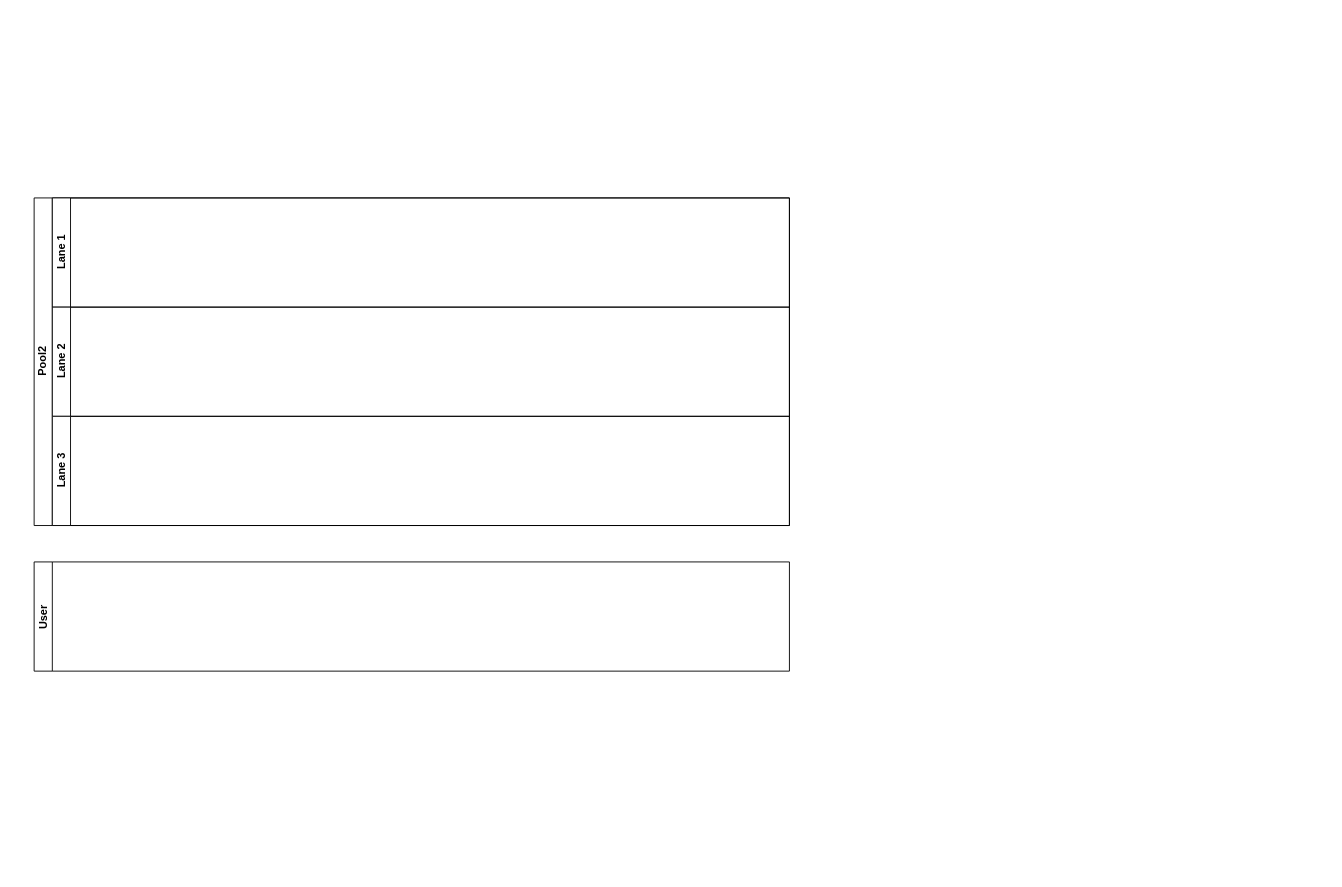
The draw.io diagram BPMN2-4.drawio in Hostdogs/Project_Hostdog, before the edit. Source tidied: cells renumbered, new cells numbered last; positions are measured from the earlier drawing's top-left corner, leaving out a move shared by most shapes. Both pictures are drawn from the tidied source at 91%, with x=0, y=0 at pixel (34, 197).
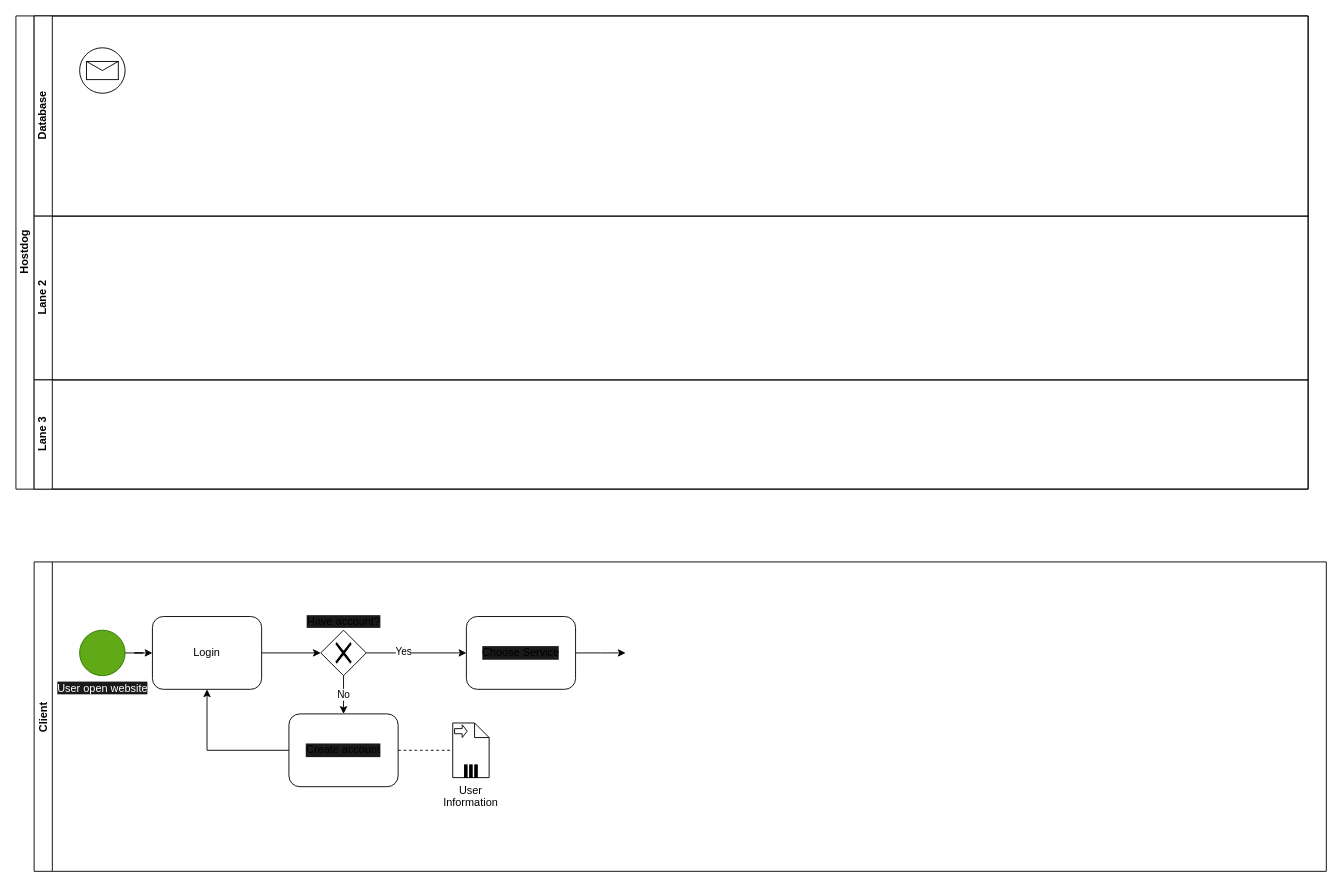
Above is the later version.

The edit, as a diff of the source:
```diff
@@
-    <mxCell id="2" value="Pool2" style="swimlane;html=1;horizontal=0;startSize=20;" parent="1" vertex="1">
-      <mxGeometry width="830" height="360" as="geometry" />
+    <mxCell id="2" value="Hostdog" style="swimlane;html=1;horizontal=0;startSize=20;" parent="1" vertex="1">
+      <mxGeometry x="-20" y="-200" width="1420" height="520" as="geometry" />
     </mxCell>
-    <mxCell id="3" value="Lane 1" style="swimlane;html=1;startSize=20;horizontal=0;" parent="2" vertex="1">
-      <mxGeometry x="20" width="810" height="120" as="geometry" />
+    <mxCell id="3" value="Database" style="swimlane;html=1;startSize=20;horizontal=0;" parent="2" vertex="1">
+      <mxGeometry x="20" width="1400" height="220" as="geometry" />
     </mxCell>
+    <mxCell id="7" style="shape=mxgraph.bpmn.shape;html=1;verticalLabelPosition=bottom;labelBackgroundColor=#ffffff;verticalAlign=top;align=center;perimeter=ellipsePerimeter;outline=standard;symbol=message;" parent="3" vertex="1">
+      <mxGeometry x="50" y="35" width="50" height="50" as="geometry" />
+    </mxCell>
     <mxCell id="4" value="Lane 2" style="swimlane;html=1;startSize=20;horizontal=0;" parent="2" vertex="1">
-      <mxGeometry x="20" y="120" width="810" height="120" as="geometry" />
+      <mxGeometry x="20" y="220" width="1400" height="180" as="geometry" />
     </mxCell>
     <mxCell id="5" value="Lane 3" style="swimlane;html=1;startSize=20;horizontal=0;" parent="2" vertex="1">
-      <mxGeometry x="20" y="240" width="810" height="120" as="geometry" />
+      <mxGeometry x="20" y="400" width="1400" height="120" as="geometry" />
     </mxCell>
-    <mxCell id="6" value="User" style="swimlane;startSize=20;horizontal=0;" parent="1" vertex="1">
-      <mxGeometry y="400" width="830" height="120" as="geometry" />
+    <mxCell id="6" value="Client" style="swimlane;startSize=20;horizontal=0;labelPosition=center;verticalLabelPosition=middle;align=center;verticalAlign=middle;" parent="1" vertex="1">
+      <mxGeometry y="400" width="1420" height="340" as="geometry" />
     </mxCell>
+    <mxCell id="8" style="edgeStyle=orthogonalEdgeStyle;rounded=0;jettySize=auto;html=1;entryX=0;entryY=0.5;entryDx=0;entryDy=0;" parent="6" edge="1" source="9" target="19">
+      <mxGeometry relative="1" as="geometry" />
+    </mxCell>
+    <mxCell id="9" value="User open website" style="shape=mxgraph.bpmn.shape;html=1;verticalLabelPosition=bottom;labelBackgroundColor=#1A1A1A;verticalAlign=top;align=center;perimeter=ellipsePerimeter;outlineConnect=0;outline=standard;symbol=general;fillColor=#60a917;strokeColor=#2D7600;fontColor=#ffffff;" parent="6" vertex="1">
+      <mxGeometry x="50" y="75" width="50" height="50" as="geometry" />
+    </mxCell>
+    <mxCell id="10" value="&lt;span style=&quot;background-color: rgb(26 , 26 , 26)&quot;&gt;Have account?&lt;/span&gt;" style="shape=mxgraph.bpmn.shape;html=1;verticalLabelPosition=top;labelBackgroundColor=#ffffff;verticalAlign=bottom;align=center;perimeter=rhombusPerimeter;background=gateway;outlineConnect=0;outline=none;symbol=exclusiveGw;labelPosition=center;" parent="6" vertex="1">
+      <mxGeometry x="315" y="75" width="50" height="50" as="geometry" />
+    </mxCell>
+    <mxCell id="11" style="edgeStyle=orthogonalEdgeStyle;rounded=0;jettySize=auto;html=1;entryX=0.5;entryY=1;entryDx=0;entryDy=0;" parent="6" edge="1" source="12" target="19">
+      <mxGeometry relative="1" as="geometry" />
+    </mxCell>
+    <mxCell id="12" value="Create account" style="shape=ext;rounded=1;html=1;whiteSpace=wrap;labelBackgroundColor=#1A1A1A;" parent="6" vertex="1">
+      <mxGeometry x="280" y="167" width="120" height="80" as="geometry" />
+    </mxCell>
+    <mxCell id="13" style="edgeStyle=orthogonalEdgeStyle;rounded=0;jettySize=auto;html=1;entryX=0;entryY=0.5;entryDx=0;entryDy=0;" parent="6" edge="1" source="14">
+      <mxGeometry relative="1" as="geometry">
+        <mxPoint x="650" y="100" as="targetPoint" />
+      </mxGeometry>
+    </mxCell>
+    <mxCell id="14" value="Choose Service" style="shape=ext;rounded=1;html=1;whiteSpace=wrap;labelBackgroundColor=#1A1A1A;" parent="6" vertex="1">
+      <mxGeometry x="475" y="60" width="120" height="80" as="geometry" />
+    </mxCell>
+    <mxCell id="15" style="edgeStyle=orthogonalEdgeStyle;rounded=0;jettySize=auto;html=1;exitX=1;exitY=0.5;exitDx=0;exitDy=0;entryX=0;entryY=0.5;entryDx=0;entryDy=0;" parent="6" edge="1" source="10" target="14">
+      <mxGeometry relative="1" as="geometry" />
+    </mxCell>
+    <mxCell id="16" value="Yes" style="edgeLabel;html=1;align=center;verticalAlign=middle;" parent="15" vertex="1">
+      <mxGeometry x="-0.28" y="2" relative="1" as="geometry" />
+    </mxCell>
+    <mxCell id="17" value="No" style="edgeStyle=orthogonalEdgeStyle;rounded=0;jettySize=auto;html=1;exitX=0.5;exitY=1;exitDx=0;exitDy=0;entryX=0.5;entryY=0;entryDx=0;entryDy=0;" parent="6" edge="1" source="10" target="12">
+      <mxGeometry relative="1" as="geometry" />
+    </mxCell>
+    <mxCell id="18" style="edgeStyle=orthogonalEdgeStyle;rounded=0;jettySize=auto;html=1;entryX=0;entryY=0.5;entryDx=0;entryDy=0;" parent="6" edge="1" source="19" target="10">
+      <mxGeometry relative="1" as="geometry" />
+    </mxCell>
+    <mxCell id="19" value="Login" style="shape=ext;rounded=1;html=1;whiteSpace=wrap;" parent="6" vertex="1">
+      <mxGeometry x="130" y="60" width="120" height="80" as="geometry" />
+    </mxCell>
+    <mxCell id="20" value="User Information" style="shape=note;whiteSpace=wrap;size=16;html=1;labelPosition=center;verticalLabelPosition=bottom;align=center;verticalAlign=top;" parent="6" vertex="1">
+      <mxGeometry x="460" y="177" width="40" height="60" as="geometry" />
+    </mxCell>
+    <mxCell id="21" style="html=1;shape=singleArrow;arrowWidth=0.4;arrowSize=0.4;" parent="20" vertex="1">
+      <mxGeometry width="14" height="14" relative="1" as="geometry">
+        <mxPoint x="2" y="2" as="offset" />
+      </mxGeometry>
+    </mxCell>
+    <mxCell id="22" style="html=1;whiteSpace=wrap;shape=parallelMarker;" parent="20" vertex="1">
+      <mxGeometry x="0.5" y="1" width="14" height="14" relative="1" as="geometry">
+        <mxPoint x="-7" y="-14" as="offset" />
+      </mxGeometry>
+    </mxCell>
+    <mxCell id="23" style="edgeStyle=elbowEdgeStyle;html=1;endArrow=none;elbow=vertical;dashed=1;exitX=1;exitY=0.5;exitDx=0;exitDy=0;entryX=0;entryY=0.5;entryDx=0;entryDy=0;entryPerimeter=0;" parent="6" edge="1" source="12" target="20">
+      <mxGeometry relative="1" as="geometry" />
+    </mxCell>
```
